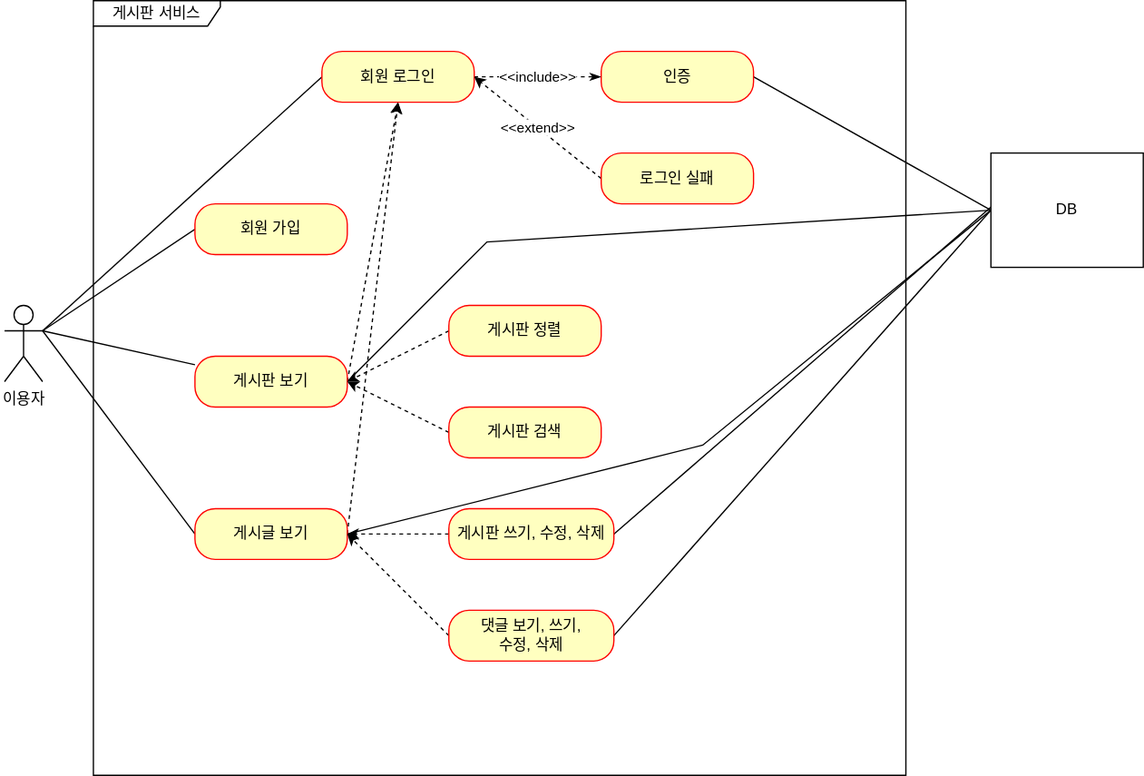
Earlier version of the draw.io export document/use-case.svg (b2b2004/Spring-project-board). Source tidied: cells renumbered, new cells last; positions are measured from the earlier drawing's top-left corner, leaving out a move shared by most shapes.
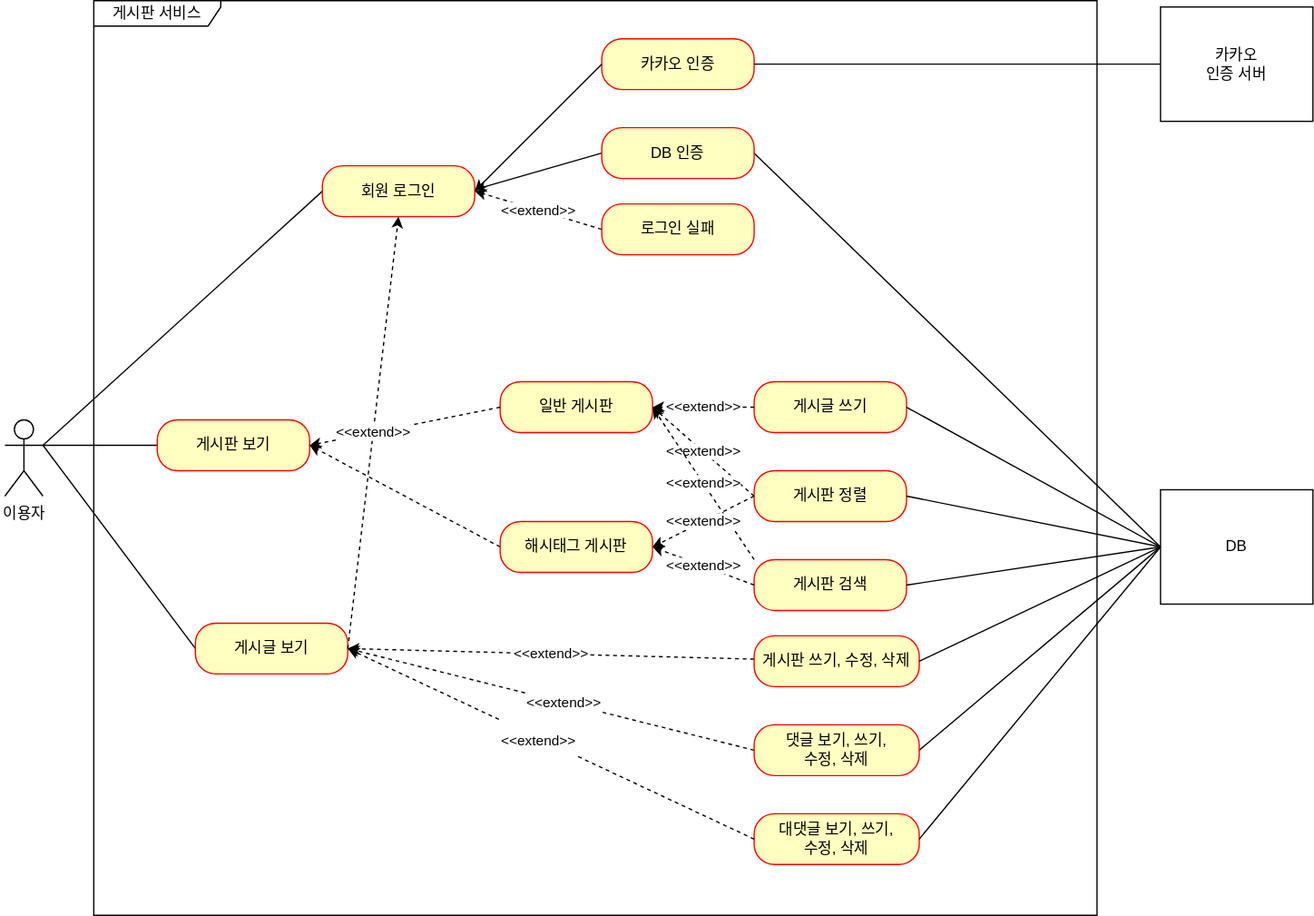
After the commit.

Commit message:
#50 - use-case.svg 유즈 케이스 업데이트

Diff of the diagram source:
```diff
@@ -6,45 +6,19 @@
       <mxGeometry y="240" width="30" height="60" as="geometry" />
     </mxCell>
     <mxCell id="3" value="게시판 서비스" style="shape=umlFrame;whiteSpace=wrap;html=1;width=100;height=20;" parent="1" vertex="1">
-      <mxGeometry x="70" width="640" height="610" as="geometry" />
+      <mxGeometry x="70" y="-90" width="790" height="720" as="geometry" />
     </mxCell>
-    <mxCell id="4" style="rounded=0;jettySize=auto;html=1;entryX=1;entryY=0.3333333333333333;entryDx=0;entryDy=0;entryPerimeter=0;endArrow=none;endFill=0;exitX=0;exitY=0.5;exitDx=0;exitDy=0;" parent="1" edge="1" source="5" target="2">
-      <mxGeometry relative="1" as="geometry" />
-    </mxCell>
-    <mxCell id="5" value="회원 가입" style="rounded=1;whiteSpace=wrap;html=1;arcSize=40;fontColor=#000000;fillColor=#ffffc0;strokeColor=#ff0000;" parent="1" vertex="1">
-      <mxGeometry x="150" y="160" width="120" height="40" as="geometry" />
-    </mxCell>
     <mxCell id="6" style="rounded=0;jettySize=auto;html=1;entryX=1;entryY=0.3333333333333333;entryDx=0;entryDy=0;entryPerimeter=0;endArrow=none;endFill=0;" parent="1" edge="1" source="9" target="2">
       <mxGeometry relative="1" as="geometry" />
     </mxCell>
-    <mxCell id="7" style="rounded=0;jettySize=auto;html=1;entryX=0.5;entryY=1;entryDx=0;entryDy=0;exitX=1;exitY=0.5;exitDx=0;exitDy=0;dashed=1;" parent="1" edge="1" source="9" target="16">
-      <mxGeometry relative="1" as="geometry" />
-    </mxCell>
-    <mxCell id="8" style="rounded=0;jettySize=auto;html=1;exitX=1;exitY=0.5;exitDx=0;exitDy=0;endArrow=none;endFill=0;entryX=0;entryY=0.5;entryDx=0;entryDy=0;" parent="1" edge="1" source="9" target="31">
-      <mxGeometry relative="1" as="geometry">
-        <Array as="points">
-          <mxPoint x="380" y="190" />
-        </Array>
-      </mxGeometry>
-    </mxCell>
     <mxCell id="9" value="게시판 보기" style="rounded=1;whiteSpace=wrap;html=1;arcSize=40;fontColor=#000000;fillColor=#ffffc0;strokeColor=#ff0000;" parent="1" vertex="1">
-      <mxGeometry x="150" y="280" width="120" height="40" as="geometry" />
+      <mxGeometry x="120" y="240" width="120" height="40" as="geometry" />
     </mxCell>
     <mxCell id="10" style="rounded=0;jettySize=auto;html=1;endArrow=none;endFill=0;exitX=0;exitY=0.5;exitDx=0;exitDy=0;" parent="1" edge="1" source="13">
       <mxGeometry relative="1" as="geometry">
         <mxPoint x="30" y="260" as="targetPoint" />
       </mxGeometry>
     </mxCell>
-    <mxCell id="11" style="rounded=0;jettySize=auto;html=1;exitX=1;exitY=0.5;exitDx=0;exitDy=0;entryX=0.5;entryY=1;entryDx=0;entryDy=0;dashed=1;" parent="1" edge="1" source="13" target="16">
-      <mxGeometry relative="1" as="geometry" />
-    </mxCell>
-    <mxCell id="12" style="rounded=0;jettySize=auto;html=1;exitX=1;exitY=0.5;exitDx=0;exitDy=0;entryX=0;entryY=0.5;entryDx=0;entryDy=0;endArrow=none;endFill=0;" parent="1" edge="1" source="13" target="31">
-      <mxGeometry relative="1" as="geometry">
-        <Array as="points">
-          <mxPoint x="550" y="350" />
-        </Array>
-      </mxGeometry>
-    </mxCell>
     <mxCell id="13" value="게시글 보기" style="rounded=1;whiteSpace=wrap;html=1;arcSize=40;fontColor=#000000;fillColor=#ffffc0;strokeColor=#ff0000;" parent="1" vertex="1">
       <mxGeometry x="150" y="400" width="120" height="40" as="geometry" />
     </mxCell>
@@ -53,58 +27,121 @@
         <mxPoint x="30" y="260" as="targetPoint" />
       </mxGeometry>
     </mxCell>
-    <mxCell id="15" value="&amp;lt;&amp;lt;include&amp;gt;&amp;gt;" style="rounded=0;jettySize=auto;html=1;endArrow=classicThin;endFill=1;dashed=1;" parent="1" edge="1" source="16" target="18">
-      <mxGeometry relative="1" as="geometry" />
-    </mxCell>
     <mxCell id="16" value="회원 로그인" style="rounded=1;whiteSpace=wrap;html=1;arcSize=40;fontColor=#000000;fillColor=#ffffc0;strokeColor=#ff0000;" parent="1" vertex="1">
       <mxGeometry x="250" y="40" width="120" height="40" as="geometry" />
     </mxCell>
     <mxCell id="17" style="rounded=0;jettySize=auto;html=1;exitX=1;exitY=0.5;exitDx=0;exitDy=0;entryX=0;entryY=0.5;entryDx=0;entryDy=0;strokeColor=default;endArrow=none;endFill=0;" parent="1" edge="1" source="18" target="31">
       <mxGeometry relative="1" as="geometry" />
     </mxCell>
+    <mxCell id="32" style="rounded=0;jettySize=auto;html=1;entryX=1;entryY=0.5;entryDx=0;entryDy=0;exitX=0;exitY=0.5;exitDx=0;exitDy=0;" parent="1" edge="1" source="18">
+      <mxGeometry relative="1" as="geometry">
+        <mxPoint x="370" y="58.8" as="targetPoint" />
+      </mxGeometry>
+    </mxCell>
-    <mxCell id="18" value="인증" style="rounded=1;whiteSpace=wrap;html=1;arcSize=40;fontColor=#000000;fillColor=#ffffc0;strokeColor=#ff0000;" parent="1" vertex="1">
-      <mxGeometry x="470" y="40" width="120" height="40" as="geometry" />
+    <mxCell id="18" value="DB 인증" style="rounded=1;whiteSpace=wrap;html=1;arcSize=40;fontColor=#000000;fillColor=#ffffc0;strokeColor=#ff0000;" parent="1" vertex="1">
+      <mxGeometry x="470" y="10" width="120" height="40" as="geometry" />
     </mxCell>
     <mxCell id="19" value="&amp;lt;&amp;lt;extend&amp;gt;&amp;gt;" style="rounded=0;jettySize=auto;html=1;entryX=1;entryY=0.5;entryDx=0;entryDy=0;dashed=1;exitX=0;exitY=0.5;exitDx=0;exitDy=0;" parent="1" edge="1" source="20" target="16">
       <mxGeometry relative="1" as="geometry" />
     </mxCell>
     <mxCell id="20" value="로그인 실패" style="rounded=1;whiteSpace=wrap;html=1;arcSize=40;fontColor=#000000;fillColor=#ffffc0;strokeColor=#ff0000;" parent="1" vertex="1">
-      <mxGeometry x="470" y="120" width="120" height="40" as="geometry" />
+      <mxGeometry x="470" y="70" width="120" height="40" as="geometry" />
     </mxCell>
-    <mxCell id="21" style="rounded=0;jettySize=auto;html=1;entryX=1;entryY=0.5;entryDx=0;entryDy=0;dashed=1;exitX=0;exitY=0.5;exitDx=0;exitDy=0;" parent="1" edge="1" source="22" target="9">
-      <mxGeometry relative="1" as="geometry" />
-    </mxCell>
     <mxCell id="22" value="게시판 정렬" style="rounded=1;whiteSpace=wrap;html=1;arcSize=40;fontColor=#000000;fillColor=#ffffc0;strokeColor=#ff0000;" parent="1" vertex="1">
-      <mxGeometry x="350" y="240" width="120" height="40" as="geometry" />
+      <mxGeometry x="590" y="280" width="120" height="40" as="geometry" />
     </mxCell>
-    <mxCell id="23" style="rounded=0;jettySize=auto;html=1;entryX=1;entryY=0.5;entryDx=0;entryDy=0;dashed=1;exitX=0;exitY=0.5;exitDx=0;exitDy=0;" parent="1" edge="1" source="24" target="9">
+    <mxCell id="23" style="rounded=0;jettySize=auto;html=1;entryX=1;entryY=0.5;entryDx=0;entryDy=0;dashed=1;exitX=0;exitY=0.5;exitDx=0;exitDy=0;" parent="1" edge="1" source="37" target="9">
       <mxGeometry relative="1" as="geometry" />
     </mxCell>
     <mxCell id="24" value="게시판 검색" style="rounded=1;whiteSpace=wrap;html=1;arcSize=40;fontColor=#000000;fillColor=#ffffc0;strokeColor=#ff0000;" parent="1" vertex="1">
-      <mxGeometry x="350" y="320" width="120" height="40" as="geometry" />
+      <mxGeometry x="590" y="350" width="120" height="40" as="geometry" />
     </mxCell>
-    <mxCell id="25" style="rounded=0;jettySize=auto;html=1;entryX=1;entryY=0.5;entryDx=0;entryDy=0;dashed=1;" parent="1" edge="1" source="27" target="13">
+    <mxCell id="25" value="&amp;lt;&amp;lt;extend&amp;gt;&amp;gt;" style="rounded=0;jettySize=auto;html=1;entryX=1;entryY=0.5;entryDx=0;entryDy=0;dashed=1;" parent="1" edge="1" source="27" target="13">
       <mxGeometry relative="1" as="geometry" />
     </mxCell>
-    <mxCell id="26" style="rounded=0;jettySize=auto;html=1;exitX=1;exitY=0.5;exitDx=0;exitDy=0;endArrow=none;endFill=0;" parent="1" edge="1" source="27">
-      <mxGeometry relative="1" as="geometry">
-        <mxPoint x="780" y="160" as="targetPoint" />
-      </mxGeometry>
-    </mxCell>
     <mxCell id="27" value="게시판 쓰기, 수정, 삭제" style="rounded=1;whiteSpace=wrap;html=1;arcSize=40;fontColor=#000000;fillColor=#ffffc0;strokeColor=#ff0000;" parent="1" vertex="1">
-      <mxGeometry x="350" y="400" width="130" height="40" as="geometry" />
+      <mxGeometry x="590" y="410" width="130" height="40" as="geometry" />
     </mxCell>
-    <mxCell id="28" style="rounded=0;jettySize=auto;html=1;entryX=1;entryY=0.5;entryDx=0;entryDy=0;dashed=1;exitX=0;exitY=0.5;exitDx=0;exitDy=0;" parent="1" edge="1" source="30" target="13">
-      <mxGeometry relative="1" as="geometry" />
+    <mxCell id="28" value="&#10;&lt;span style=&quot;color: rgb(0, 0, 0); font-family: Helvetica; font-size: 11px; font-style: normal; font-variant-ligatures: normal; font-variant-caps: normal; font-weight: 400; letter-spacing: normal; orphans: 2; text-align: center; text-indent: 0px; text-transform: none; widows: 2; word-spacing: 0px; -webkit-text-stroke-width: 0px; background-color: rgb(255, 255, 255); text-decoration-thickness: initial; text-decoration-style: initial; text-decoration-color: initial; float: none; display: inline !important;&quot;&gt;&amp;lt;&amp;lt;extend&amp;gt;&amp;gt;&lt;/span&gt;&#10;&#10;" style="rounded=0;jettySize=auto;html=1;entryX=1;entryY=0.5;entryDx=0;entryDy=0;dashed=1;exitX=0;exitY=0.5;exitDx=0;exitDy=0;" parent="1" edge="1" source="30" target="13">
+      <mxGeometry x="-0.07" y="7" relative="1" as="geometry" />
     </mxCell>
     <mxCell id="29" style="rounded=0;jettySize=auto;html=1;exitX=1;exitY=0.5;exitDx=0;exitDy=0;entryX=0;entryY=0.5;entryDx=0;entryDy=0;endArrow=none;endFill=0;" parent="1" edge="1" source="30" target="31">
       <mxGeometry relative="1" as="geometry" />
     </mxCell>
     <mxCell id="30" value="댓글 보기, 쓰기, &lt;br&gt;수정, 삭제" style="rounded=1;whiteSpace=wrap;html=1;arcSize=40;fontColor=#000000;fillColor=#ffffc0;strokeColor=#ff0000;" parent="1" vertex="1">
-      <mxGeometry x="350" y="480" width="130" height="40" as="geometry" />
+      <mxGeometry x="590" y="480" width="130" height="40" as="geometry" />
     </mxCell>
     <mxCell id="31" value="DB" style="html=1;whiteSpace=wrap;" parent="1" vertex="1">
-      <mxGeometry x="777" y="120" width="120" height="90" as="geometry" />
+      <mxGeometry x="910" y="295" width="120" height="90" as="geometry" />
     </mxCell>
+    <mxCell id="33" value="일반 게시판" style="rounded=1;whiteSpace=wrap;html=1;arcSize=40;fontColor=#000000;fillColor=#ffffc0;strokeColor=#ff0000;" parent="1" vertex="1">
+      <mxGeometry x="390" y="210" width="120" height="40" as="geometry" />
+    </mxCell>
+    <mxCell id="34" value="대댓글 보기, 쓰기, &lt;br&gt;수정, 삭제" style="rounded=1;whiteSpace=wrap;html=1;arcSize=40;fontColor=#000000;fillColor=#ffffc0;strokeColor=#ff0000;" parent="1" vertex="1">
+      <mxGeometry x="590" y="550" width="130" height="40" as="geometry" />
+    </mxCell>
+    <mxCell id="35" value="&#10;&lt;span style=&quot;color: rgb(0, 0, 0); font-family: Helvetica; font-size: 11px; font-style: normal; font-variant-ligatures: normal; font-variant-caps: normal; font-weight: 400; letter-spacing: normal; orphans: 2; text-align: center; text-indent: 0px; text-transform: none; widows: 2; word-spacing: 0px; -webkit-text-stroke-width: 0px; background-color: rgb(255, 255, 255); text-decoration-thickness: initial; text-decoration-style: initial; text-decoration-color: initial; float: none; display: inline !important;&quot;&gt;&amp;lt;&amp;lt;extend&amp;gt;&amp;gt;&lt;/span&gt;&#10;&#10;" style="rounded=0;orthogonalLoop=1;jettySize=auto;html=1;dashed=1;exitX=0;exitY=0.5;exitDx=0;exitDy=0;" parent="1" edge="1">
+      <mxGeometry x="0.04" y="9" relative="1" as="geometry">
+        <mxPoint x="590" y="570" as="sourcePoint" />
+        <mxPoint x="270" y="420" as="targetPoint" />
+      </mxGeometry>
+    </mxCell>
+    <mxCell id="36" value="게시글 쓰기" style="rounded=1;whiteSpace=wrap;html=1;arcSize=40;fontColor=#000000;fillColor=#ffffc0;strokeColor=#ff0000;" parent="1" vertex="1">
+      <mxGeometry x="590" y="210" width="120" height="40" as="geometry" />
+    </mxCell>
+    <mxCell id="37" value="해시태그 게시판" style="rounded=1;whiteSpace=wrap;html=1;arcSize=40;fontColor=#000000;fillColor=#ffffc0;strokeColor=#ff0000;" parent="1" vertex="1">
+      <mxGeometry x="390" y="320" width="120" height="40" as="geometry" />
+    </mxCell>
+    <mxCell id="38" value="&amp;lt;&amp;lt;extend&amp;gt;&amp;gt;" style="rounded=0;jettySize=auto;html=1;entryX=1;entryY=0.5;entryDx=0;entryDy=0;dashed=1;exitX=0;exitY=0.5;exitDx=0;exitDy=0;" parent="1" edge="1" source="36" target="33">
+      <mxGeometry relative="1" as="geometry" />
+    </mxCell>
+    <mxCell id="39" value="&amp;lt;&amp;lt;extend&amp;gt;&amp;gt;" style="rounded=0;jettySize=auto;html=1;entryX=1;entryY=0.5;entryDx=0;entryDy=0;dashed=1;exitX=0;exitY=0.5;exitDx=0;exitDy=0;" parent="1" edge="1" source="22" target="33">
+      <mxGeometry relative="1" as="geometry" />
+    </mxCell>
+    <mxCell id="40" value="&amp;lt;&amp;lt;extend&amp;gt;&amp;gt;" style="rounded=0;orthogonalLoop=1;jettySize=auto;html=1;dashed=1;exitX=0;exitY=0.5;exitDx=0;exitDy=0;" parent="1" edge="1">
+      <mxGeometry relative="1" as="geometry">
+        <mxPoint x="590" y="350" as="sourcePoint" />
+        <mxPoint x="510" y="230" as="targetPoint" />
+      </mxGeometry>
+    </mxCell>
+    <mxCell id="41" value="&amp;lt;&amp;lt;extend&amp;gt;&amp;gt;" style="rounded=0;jettySize=auto;html=1;entryX=1;entryY=0.5;entryDx=0;entryDy=0;dashed=1;exitX=0;exitY=0.5;exitDx=0;exitDy=0;" parent="1" edge="1" source="22" target="37">
+      <mxGeometry relative="1" as="geometry" />
+    </mxCell>
+    <mxCell id="42" value="&amp;lt;&amp;lt;extend&amp;gt;&amp;gt;" style="rounded=0;jettySize=auto;html=1;entryX=1;entryY=0.5;entryDx=0;entryDy=0;dashed=1;exitX=0;exitY=0.5;exitDx=0;exitDy=0;" parent="1" edge="1" source="24" target="37">
+      <mxGeometry relative="1" as="geometry" />
+    </mxCell>
+    <mxCell id="43" style="rounded=0;jettySize=auto;html=1;entryX=1;entryY=0.5;entryDx=0;entryDy=0;dashed=1;exitX=0;exitY=0.5;exitDx=0;exitDy=0;" parent="1" edge="1" source="33" target="9">
+      <mxGeometry relative="1" as="geometry" />
+    </mxCell>
+    <mxCell id="11" value="&amp;lt;&amp;lt;extend&amp;gt;&amp;gt;" style="rounded=0;jettySize=auto;html=1;entryX=0.5;entryY=1;entryDx=0;entryDy=0;dashed=1;exitX=1;exitY=0.5;exitDx=0;exitDy=0;" parent="1" edge="1" source="13" target="16">
+      <mxGeometry relative="1" as="geometry" />
+    </mxCell>
+    <mxCell id="44" style="rounded=0;jettySize=auto;html=1;exitX=1;exitY=0.5;exitDx=0;exitDy=0;strokeColor=default;endArrow=none;endFill=0;entryX=0;entryY=0.5;entryDx=0;entryDy=0;" parent="1" edge="1" source="36" target="31">
+      <mxGeometry relative="1" as="geometry" />
+    </mxCell>
+    <mxCell id="45" style="rounded=0;jettySize=auto;html=1;exitX=1;exitY=0.5;exitDx=0;exitDy=0;strokeColor=default;endArrow=none;endFill=0;entryX=0;entryY=0.5;entryDx=0;entryDy=0;" parent="1" edge="1" source="22" target="31">
+      <mxGeometry relative="1" as="geometry" />
+    </mxCell>
+    <mxCell id="46" style="rounded=0;jettySize=auto;html=1;exitX=1;exitY=0.5;exitDx=0;exitDy=0;strokeColor=default;endArrow=none;endFill=0;entryX=0;entryY=0.5;entryDx=0;entryDy=0;" parent="1" edge="1" source="24" target="31">
+      <mxGeometry relative="1" as="geometry" />
+    </mxCell>
+    <mxCell id="47" style="rounded=0;jettySize=auto;html=1;exitX=1;exitY=0.5;exitDx=0;exitDy=0;entryX=0;entryY=0.5;entryDx=0;entryDy=0;endArrow=none;endFill=0;" parent="1" edge="1" source="27" target="31">
+      <mxGeometry relative="1" as="geometry" />
+    </mxCell>
+    <mxCell id="48" style="rounded=0;jettySize=auto;html=1;exitX=1;exitY=0.5;exitDx=0;exitDy=0;entryX=0;entryY=0.5;entryDx=0;entryDy=0;endArrow=none;endFill=0;" parent="1" edge="1" source="34" target="31">
+      <mxGeometry relative="1" as="geometry" />
+    </mxCell>
+    <mxCell id="49" value="카카오 인증" style="rounded=1;whiteSpace=wrap;html=1;arcSize=40;fontColor=#000000;fillColor=#ffffc0;strokeColor=#ff0000;" parent="1" vertex="1">
+      <mxGeometry x="470" y="-60" width="120" height="40" as="geometry" />
+    </mxCell>
+    <mxCell id="50" value="카카오&lt;br&gt;인증 서버" style="html=1;whiteSpace=wrap;" parent="1" vertex="1">
+      <mxGeometry x="910" y="-85" width="120" height="90" as="geometry" />
+    </mxCell>
+    <mxCell id="51" style="rounded=0;jettySize=auto;html=1;exitX=1;exitY=0.5;exitDx=0;exitDy=0;entryX=0;entryY=0.5;entryDx=0;entryDy=0;strokeColor=default;endArrow=none;endFill=0;" parent="1" edge="1" source="49" target="50">
+      <mxGeometry relative="1" as="geometry" />
+    </mxCell>
+    <mxCell id="52" style="rounded=0;jettySize=auto;html=1;entryX=1;entryY=0.5;entryDx=0;entryDy=0;exitX=0;exitY=0.5;exitDx=0;exitDy=0;" parent="1" edge="1" source="49" target="16">
+      <mxGeometry relative="1" as="geometry" />
+    </mxCell>
   </root>
 </mxGraphModel>
```
